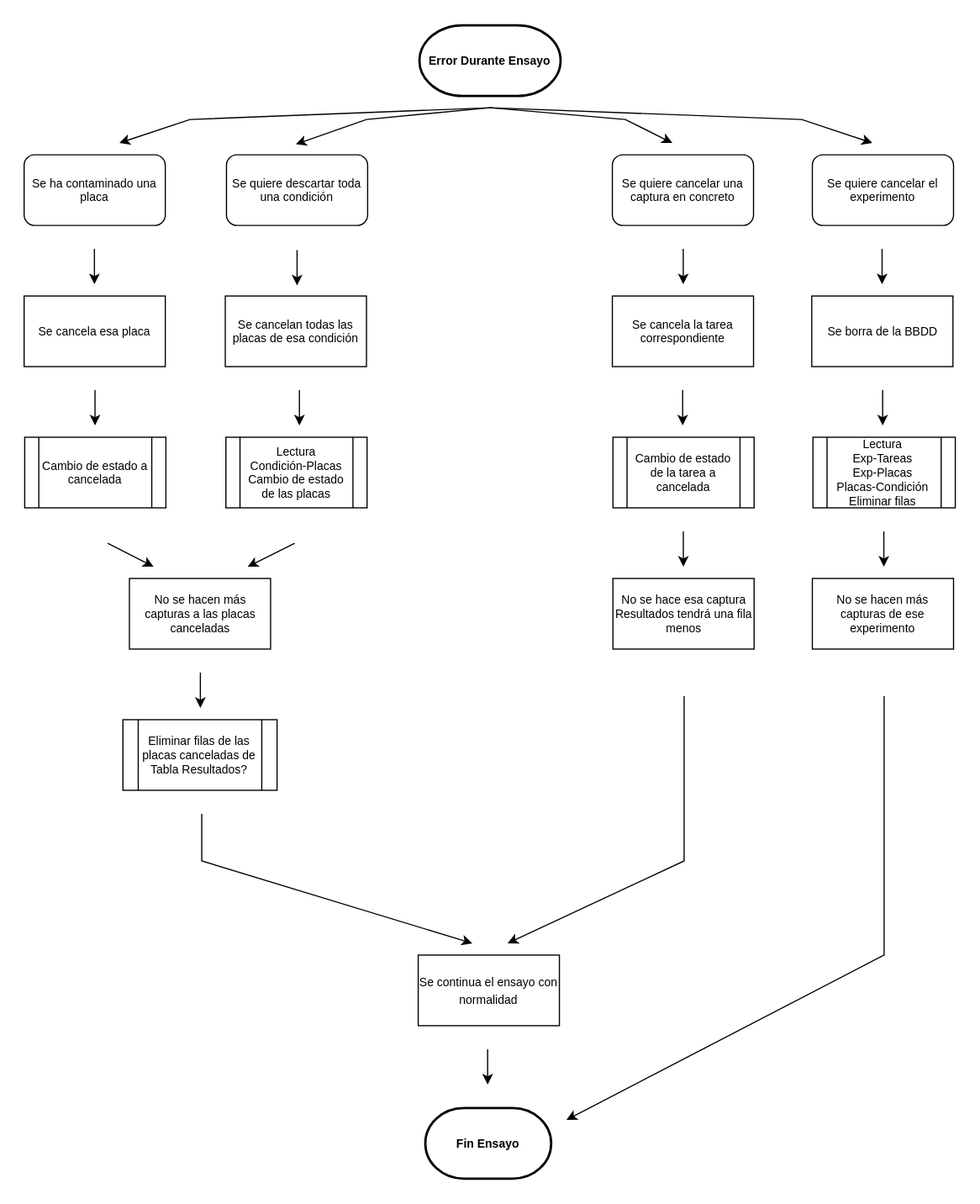
sanahuel/ai2app keeps this draw.io diagram as docs/GestionEstados.drawio.svg. Above is the earlier version. Source tidied: cells renumbered, new cells last; positions are measured from the earlier drawing's top-left corner, leaving out a move shared by most shapes. The source it was exported from:
```xml
<mxGraphModel>
  <root>
    <mxCell id="0" />
    <mxCell id="1" parent="0" />
    <mxCell id="2" value="&lt;b style=&quot;font-size: 10px;&quot;&gt;Error Durante Ensayo&lt;/b&gt;" style="strokeWidth=2;html=1;shape=mxgraph.flowchart.terminator;whiteSpace=wrap;fontSize=10;" parent="1" vertex="1">
      <mxGeometry x="336" width="120" height="60" as="geometry" />
    </mxCell>
    <mxCell id="3" value="Cambio de estado a cancelada" style="shape=process;whiteSpace=wrap;html=1;backgroundOutline=1;fontSize=10;" parent="1" vertex="1">
      <mxGeometry x="0.5" y="350" width="120" height="60" as="geometry" />
    </mxCell>
    <mxCell id="4" value="Lectura&lt;br&gt;Condición-Placas&lt;br&gt;Cambio de estado de las placas" style="shape=process;whiteSpace=wrap;html=1;backgroundOutline=1;fontSize=10;" parent="1" vertex="1">
      <mxGeometry x="171.5" y="350" width="120" height="60" as="geometry" />
    </mxCell>
    <mxCell id="5" value="Cambio de estado de la tarea a cancelada" style="shape=process;whiteSpace=wrap;html=1;backgroundOutline=1;fontSize=10;" parent="1" vertex="1">
      <mxGeometry x="500.5" y="350" width="120" height="60" as="geometry" />
    </mxCell>
    <mxCell id="6" value="Lectura&lt;br&gt;Exp-Tareas&lt;br&gt;Exp-Placas&lt;br&gt;Placas-Condición&lt;br&gt;Eliminar filas" style="shape=process;whiteSpace=wrap;html=1;backgroundOutline=1;fontSize=10;" parent="1" vertex="1">
      <mxGeometry x="670.5" y="350" width="121" height="60" as="geometry" />
    </mxCell>
    <mxCell id="7" value="Se ha contaminado una placa" style="rounded=1;whiteSpace=wrap;html=1;fontSize=10;" parent="1" vertex="1">
      <mxGeometry y="110" width="120" height="60" as="geometry" />
    </mxCell>
    <mxCell id="8" value="Se quiere descartar toda una condición" style="rounded=1;whiteSpace=wrap;html=1;fontSize=10;" parent="1" vertex="1">
      <mxGeometry x="172" y="110" width="120" height="60" as="geometry" />
    </mxCell>
    <mxCell id="9" value="Se quiere cancelar una captura en concreto" style="rounded=1;whiteSpace=wrap;html=1;fontSize=10;" parent="1" vertex="1">
      <mxGeometry x="500" y="110" width="120" height="60" as="geometry" />
    </mxCell>
    <mxCell id="10" value="Se quiere cancelar el experimento" style="rounded=1;whiteSpace=wrap;html=1;fontSize=10;" parent="1" vertex="1">
      <mxGeometry x="670" y="110" width="120" height="60" as="geometry" />
    </mxCell>
    <mxCell id="11" value="Se cancela esa placa" style="rounded=0;whiteSpace=wrap;html=1;fontSize=10;" parent="1" vertex="1">
      <mxGeometry y="230" width="120" height="60" as="geometry" />
    </mxCell>
    <mxCell id="12" value="Se cancelan todas las placas de esa condición" style="rounded=0;whiteSpace=wrap;html=1;fontSize=10;" parent="1" vertex="1">
      <mxGeometry x="171" y="230" width="120" height="60" as="geometry" />
    </mxCell>
    <mxCell id="13" value="Se cancela la tarea correspondiente" style="rounded=0;whiteSpace=wrap;html=1;fontSize=10;" parent="1" vertex="1">
      <mxGeometry x="500" y="230" width="120" height="60" as="geometry" />
    </mxCell>
    <mxCell id="14" value="Se borra de la BBDD" style="rounded=0;whiteSpace=wrap;html=1;fontSize=10;" parent="1" vertex="1">
      <mxGeometry x="669.5" y="230" width="120" height="60" as="geometry" />
    </mxCell>
    <mxCell id="15" style="endArrow=classic;html=1;rounded=0;fontSize=10;" parent="1" edge="1">
      <mxGeometry relative="1" as="geometry">
        <mxPoint x="396" y="70" as="sourcePoint" />
        <mxPoint x="231" y="101" as="targetPoint" />
        <Array as="points">
          <mxPoint x="291" y="80" />
        </Array>
      </mxGeometry>
    </mxCell>
    <mxCell id="16" style="endArrow=classic;html=1;rounded=0;fontSize=10;" parent="1" edge="1">
      <mxGeometry relative="1" as="geometry">
        <mxPoint x="232" y="191" as="sourcePoint" />
        <mxPoint x="232" y="221" as="targetPoint" />
        <Array as="points">
          <mxPoint x="232" y="211" />
        </Array>
      </mxGeometry>
    </mxCell>
    <mxCell id="17" style="endArrow=classic;html=1;rounded=0;fontSize=10;" parent="1" edge="1">
      <mxGeometry relative="1" as="geometry">
        <mxPoint x="234" y="310" as="sourcePoint" />
        <mxPoint x="234" y="340" as="targetPoint" />
        <Array as="points">
          <mxPoint x="234" y="330" />
        </Array>
      </mxGeometry>
    </mxCell>
    <mxCell id="18" style="endArrow=classic;html=1;rounded=0;fontSize=10;" parent="1" edge="1">
      <mxGeometry relative="1" as="geometry">
        <mxPoint x="396" y="70" as="sourcePoint" />
        <mxPoint x="551" y="100" as="targetPoint" />
        <Array as="points">
          <mxPoint x="511" y="80" />
        </Array>
      </mxGeometry>
    </mxCell>
    <mxCell id="19" style="endArrow=classic;html=1;rounded=0;fontSize=10;" parent="1" edge="1">
      <mxGeometry relative="1" as="geometry">
        <mxPoint x="396" y="70" as="sourcePoint" />
        <mxPoint x="721" y="100" as="targetPoint" />
        <Array as="points">
          <mxPoint x="661" y="80" />
        </Array>
      </mxGeometry>
    </mxCell>
    <mxCell id="20" style="endArrow=classic;html=1;rounded=0;fontSize=10;" parent="1" edge="1">
      <mxGeometry relative="1" as="geometry">
        <mxPoint x="397" y="70" as="sourcePoint" />
        <mxPoint x="81" y="100" as="targetPoint" />
        <Array as="points">
          <mxPoint x="141" y="80" />
        </Array>
      </mxGeometry>
    </mxCell>
    <mxCell id="21" style="endArrow=classic;html=1;rounded=0;fontSize=10;" parent="1" edge="1">
      <mxGeometry relative="1" as="geometry">
        <mxPoint x="560.3" y="190" as="sourcePoint" />
        <mxPoint x="560.3" y="220" as="targetPoint" />
        <Array as="points">
          <mxPoint x="560.3" y="210" />
        </Array>
      </mxGeometry>
    </mxCell>
    <mxCell id="22" style="endArrow=classic;html=1;rounded=0;fontSize=10;" parent="1" edge="1">
      <mxGeometry relative="1" as="geometry">
        <mxPoint x="559.8" y="310" as="sourcePoint" />
        <mxPoint x="559.8" y="340" as="targetPoint" />
        <Array as="points">
          <mxPoint x="559.8" y="330" />
        </Array>
      </mxGeometry>
    </mxCell>
    <mxCell id="23" style="endArrow=classic;html=1;rounded=0;fontSize=10;" parent="1" edge="1">
      <mxGeometry relative="1" as="geometry">
        <mxPoint x="729.3" y="190" as="sourcePoint" />
        <mxPoint x="729.3" y="220" as="targetPoint" />
        <Array as="points">
          <mxPoint x="729.3" y="210" />
        </Array>
      </mxGeometry>
    </mxCell>
    <mxCell id="24" style="endArrow=classic;html=1;rounded=0;fontSize=10;" parent="1" edge="1">
      <mxGeometry relative="1" as="geometry">
        <mxPoint x="729.8" y="310" as="sourcePoint" />
        <mxPoint x="729.8" y="340" as="targetPoint" />
        <Array as="points">
          <mxPoint x="729.8" y="330" />
        </Array>
      </mxGeometry>
    </mxCell>
    <mxCell id="25" style="endArrow=classic;html=1;rounded=0;fontSize=10;" parent="1" edge="1">
      <mxGeometry relative="1" as="geometry">
        <mxPoint x="59.8" y="190" as="sourcePoint" />
        <mxPoint x="59.8" y="220" as="targetPoint" />
        <Array as="points">
          <mxPoint x="59.8" y="210" />
        </Array>
      </mxGeometry>
    </mxCell>
    <mxCell id="26" style="endArrow=classic;html=1;rounded=0;fontSize=10;" parent="1" edge="1">
      <mxGeometry relative="1" as="geometry">
        <mxPoint x="60.3" y="310" as="sourcePoint" />
        <mxPoint x="60.3" y="340" as="targetPoint" />
        <Array as="points">
          <mxPoint x="60.3" y="330" />
        </Array>
      </mxGeometry>
    </mxCell>
    <mxCell id="27" value="No se hacen más capturas de ese experimento" style="rounded=0;whiteSpace=wrap;html=1;fontSize=10;" parent="1" vertex="1">
      <mxGeometry x="670" y="470" width="120" height="60" as="geometry" />
    </mxCell>
    <mxCell id="28" style="endArrow=classic;html=1;rounded=0;fontSize=10;" parent="1" edge="1">
      <mxGeometry relative="1" as="geometry">
        <mxPoint x="730.8" y="430" as="sourcePoint" />
        <mxPoint x="730.8" y="460" as="targetPoint" />
        <Array as="points">
          <mxPoint x="730.8" y="450" />
        </Array>
      </mxGeometry>
    </mxCell>
    <mxCell id="29" value="No se hace esa captura&lt;br&gt;Resultados tendrá una fila menos" style="rounded=0;whiteSpace=wrap;html=1;fontSize=10;" parent="1" vertex="1">
      <mxGeometry x="500.5" y="470" width="120" height="60" as="geometry" />
    </mxCell>
    <mxCell id="30" style="endArrow=classic;html=1;rounded=0;fontSize=10;" parent="1" edge="1">
      <mxGeometry relative="1" as="geometry">
        <mxPoint x="560.3" y="430" as="sourcePoint" />
        <mxPoint x="560.3" y="460" as="targetPoint" />
        <Array as="points">
          <mxPoint x="560.3" y="450" />
        </Array>
      </mxGeometry>
    </mxCell>
    <mxCell id="31" value="No se hacen más capturas a las placas canceladas" style="rounded=0;whiteSpace=wrap;html=1;fontSize=10;" parent="1" vertex="1">
      <mxGeometry x="89.5" y="470" width="120" height="60" as="geometry" />
    </mxCell>
    <mxCell id="32" style="endArrow=classic;html=1;rounded=0;fontSize=10;" parent="1" edge="1">
      <mxGeometry relative="1" as="geometry">
        <mxPoint x="230" y="440" as="sourcePoint" />
        <mxPoint x="190" y="460" as="targetPoint" />
        <Array as="points">
          <mxPoint x="210" y="450" />
        </Array>
      </mxGeometry>
    </mxCell>
    <mxCell id="33" style="endArrow=classic;html=1;rounded=0;fontSize=10;" parent="1" edge="1">
      <mxGeometry relative="1" as="geometry">
        <mxPoint x="71" y="440" as="sourcePoint" />
        <mxPoint x="110" y="460" as="targetPoint" />
      </mxGeometry>
    </mxCell>
    <mxCell id="34" value="Eliminar filas de las placas canceladas de Tabla Resultados?" style="shape=process;whiteSpace=wrap;html=1;backgroundOutline=1;fontSize=10;" parent="1" vertex="1">
      <mxGeometry x="84" y="590" width="131" height="60" as="geometry" />
    </mxCell>
    <mxCell id="35" style="endArrow=classic;html=1;rounded=0;fontSize=10;" parent="1" edge="1">
      <mxGeometry relative="1" as="geometry">
        <mxPoint x="149.8" y="550" as="sourcePoint" />
        <mxPoint x="149.8" y="580" as="targetPoint" />
        <Array as="points">
          <mxPoint x="149.8" y="570" />
        </Array>
      </mxGeometry>
    </mxCell>
    <mxCell id="36" value="&lt;b style=&quot;font-size: 10px;&quot;&gt;Fin Ensayo&lt;/b&gt;" style="strokeWidth=2;html=1;shape=mxgraph.flowchart.terminator;whiteSpace=wrap;fontSize=10;" parent="1" vertex="1">
      <mxGeometry x="341" y="920" width="107" height="60" as="geometry" />
    </mxCell>
    <mxCell id="37" style="endArrow=classic;html=1;rounded=0;fontSize=10;" parent="1" edge="1">
      <mxGeometry relative="1" as="geometry">
        <mxPoint x="151" y="670" as="sourcePoint" />
        <mxPoint x="381" y="780" as="targetPoint" />
        <Array as="points">
          <mxPoint x="151" y="710" />
        </Array>
      </mxGeometry>
    </mxCell>
    <mxCell id="38" style="endArrow=classic;html=1;rounded=0;fontSize=10;" parent="1" edge="1">
      <mxGeometry relative="1" as="geometry">
        <mxPoint x="561" y="570" as="sourcePoint" />
        <mxPoint x="411" y="780" as="targetPoint" />
        <Array as="points">
          <mxPoint x="561" y="710" />
        </Array>
      </mxGeometry>
    </mxCell>
    <mxCell id="39" style="endArrow=classic;html=1;rounded=0;fontSize=10;" parent="1" edge="1">
      <mxGeometry relative="1" as="geometry">
        <mxPoint x="731" y="570" as="sourcePoint" />
        <mxPoint x="461" y="930" as="targetPoint" />
        <Array as="points">
          <mxPoint x="731" y="790" />
        </Array>
      </mxGeometry>
    </mxCell>
    <mxCell id="40" value="&lt;font style=&quot;font-size: 10px;&quot;&gt;Se continua el ensayo con normalidad&lt;/font&gt;" style="rounded=0;whiteSpace=wrap;html=1;" parent="1" vertex="1">
      <mxGeometry x="335" y="790" width="120" height="60" as="geometry" />
    </mxCell>
    <mxCell id="41" style="endArrow=classic;html=1;rounded=0;fontSize=10;" parent="1" edge="1">
      <mxGeometry relative="1" as="geometry">
        <mxPoint x="394" y="870" as="sourcePoint" />
        <mxPoint x="394" y="900" as="targetPoint" />
        <Array as="points">
          <mxPoint x="394" y="890" />
        </Array>
      </mxGeometry>
    </mxCell>
  </root>
</mxGraphModel>
```
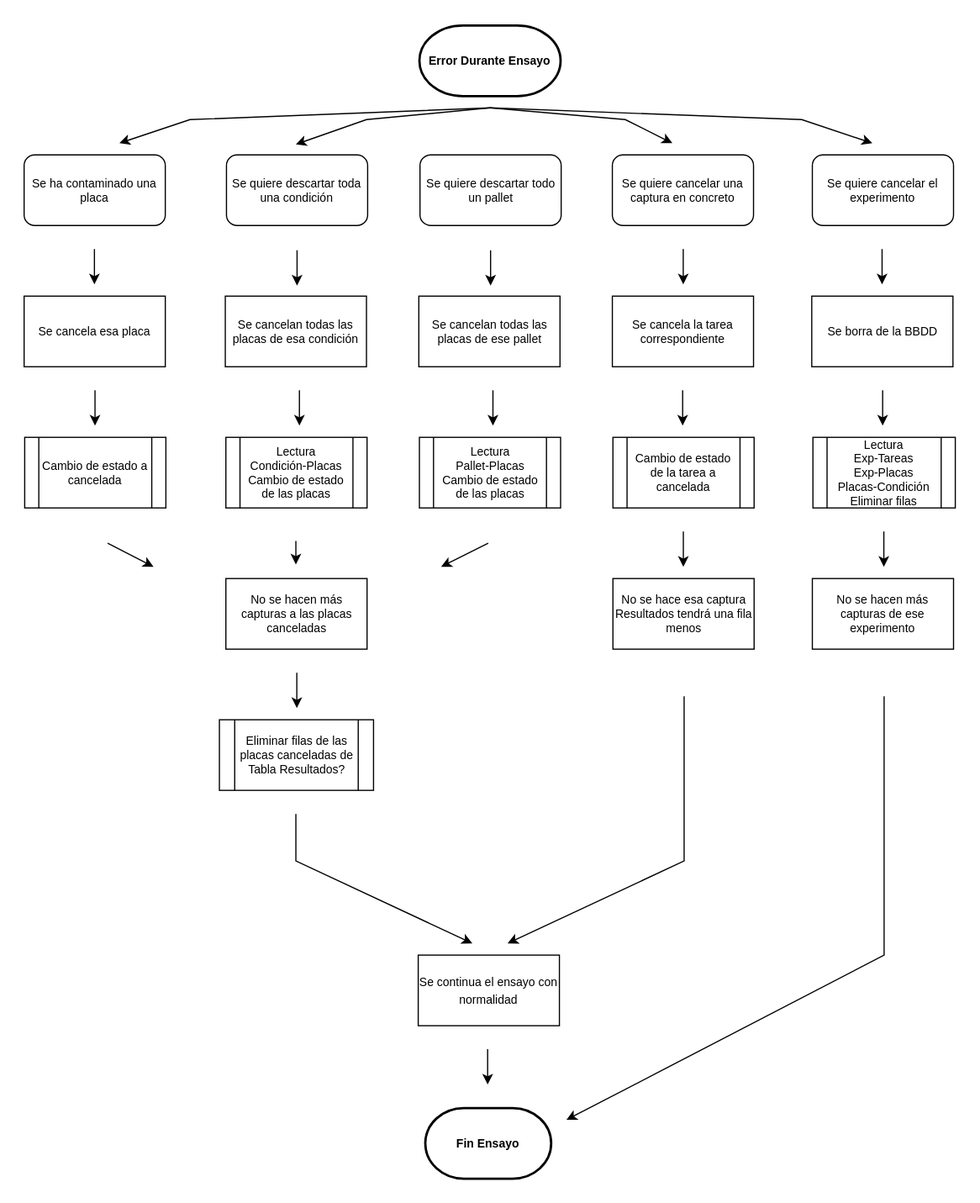
The same file after the commit.

The edit, as a diff of the source:
```diff
@@ -174,15 +174,12 @@
       </mxGeometry>
     </mxCell>
     <mxCell id="31" value="No se hacen más capturas a las placas canceladas" style="rounded=0;whiteSpace=wrap;html=1;fontSize=10;" parent="1" vertex="1">
-      <mxGeometry x="89.5" y="470" width="120" height="60" as="geometry" />
+      <mxGeometry x="171.5" y="470" width="120" height="60" as="geometry" />
     </mxCell>
     <mxCell id="32" style="endArrow=classic;html=1;rounded=0;fontSize=10;" parent="1" edge="1">
       <mxGeometry relative="1" as="geometry">
-        <mxPoint x="230" y="440" as="sourcePoint" />
-        <mxPoint x="190" y="460" as="targetPoint" />
-        <Array as="points">
-          <mxPoint x="210" y="450" />
-        </Array>
+        <mxPoint x="231" y="438" as="sourcePoint" />
+        <mxPoint x="231" y="458" as="targetPoint" />
       </mxGeometry>
     </mxCell>
     <mxCell id="33" style="endArrow=classic;html=1;rounded=0;fontSize=10;" parent="1" edge="1">
@@ -192,14 +189,14 @@
       </mxGeometry>
     </mxCell>
     <mxCell id="34" value="Eliminar filas de las placas canceladas de Tabla Resultados?" style="shape=process;whiteSpace=wrap;html=1;backgroundOutline=1;fontSize=10;" parent="1" vertex="1">
-      <mxGeometry x="84" y="590" width="131" height="60" as="geometry" />
+      <mxGeometry x="166" y="590" width="131" height="60" as="geometry" />
     </mxCell>
     <mxCell id="35" style="endArrow=classic;html=1;rounded=0;fontSize=10;" parent="1" edge="1">
       <mxGeometry relative="1" as="geometry">
-        <mxPoint x="149.8" y="550" as="sourcePoint" />
-        <mxPoint x="149.8" y="580" as="targetPoint" />
+        <mxPoint x="231.8" y="550" as="sourcePoint" />
+        <mxPoint x="231.8" y="580" as="targetPoint" />
         <Array as="points">
-          <mxPoint x="149.8" y="570" />
+          <mxPoint x="231.8" y="570" />
         </Array>
       </mxGeometry>
     </mxCell>
@@ -208,10 +205,10 @@
     </mxCell>
     <mxCell id="37" style="endArrow=classic;html=1;rounded=0;fontSize=10;" parent="1" edge="1">
       <mxGeometry relative="1" as="geometry">
-        <mxPoint x="151" y="670" as="sourcePoint" />
+        <mxPoint x="231" y="670" as="sourcePoint" />
         <mxPoint x="381" y="780" as="targetPoint" />
         <Array as="points">
-          <mxPoint x="151" y="710" />
+          <mxPoint x="231" y="710" />
         </Array>
       </mxGeometry>
     </mxCell>
@@ -245,5 +242,41 @@
         </Array>
       </mxGeometry>
     </mxCell>
+    <mxCell id="42" value="Lectura&lt;br&gt;Pallet-Placas&lt;br&gt;Cambio de estado de las placas" style="shape=process;whiteSpace=wrap;html=1;backgroundOutline=1;fontSize=10;" parent="1" vertex="1">
+      <mxGeometry x="336" y="350" width="120" height="60" as="geometry" />
+    </mxCell>
+    <mxCell id="43" value="Se quiere descartar todo un pallet" style="rounded=1;whiteSpace=wrap;html=1;fontSize=10;" parent="1" vertex="1">
+      <mxGeometry x="336.5" y="110" width="120" height="60" as="geometry" />
+    </mxCell>
+    <mxCell id="44" value="Se cancelan todas las placas de ese pallet" style="rounded=0;whiteSpace=wrap;html=1;fontSize=10;" parent="1" vertex="1">
+      <mxGeometry x="335.5" y="230" width="120" height="60" as="geometry" />
+    </mxCell>
+    <mxCell id="45" style="endArrow=classic;html=1;rounded=0;fontSize=10;" parent="1" edge="1">
+      <mxGeometry relative="1" as="geometry">
+        <mxPoint x="396.5" y="191" as="sourcePoint" />
+        <mxPoint x="396.5" y="221" as="targetPoint" />
+        <Array as="points">
+          <mxPoint x="396.5" y="211" />
+        </Array>
+      </mxGeometry>
+    </mxCell>
+    <mxCell id="46" style="endArrow=classic;html=1;rounded=0;fontSize=10;" parent="1" edge="1">
+      <mxGeometry relative="1" as="geometry">
+        <mxPoint x="398.5" y="310" as="sourcePoint" />
+        <mxPoint x="398.5" y="340" as="targetPoint" />
+        <Array as="points">
+          <mxPoint x="398.5" y="330" />
+        </Array>
+      </mxGeometry>
+    </mxCell>
+    <mxCell id="47" style="endArrow=classic;html=1;rounded=0;fontSize=10;" parent="1" edge="1">
+      <mxGeometry relative="1" as="geometry">
+        <mxPoint x="394.5" y="440" as="sourcePoint" />
+        <mxPoint x="354.5" y="460" as="targetPoint" />
+        <Array as="points">
+          <mxPoint x="374.5" y="450" />
+        </Array>
+      </mxGeometry>
+    </mxCell>
   </root>
 </mxGraphModel>
```
